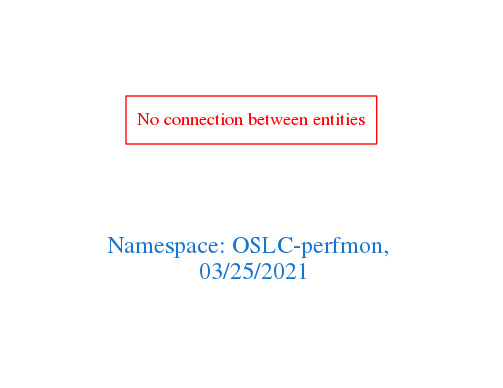
Before: downloads/OSLC-perfmon.png, a diagram exported from Graphviz (arago/OGIT). Its source is kept beside it as downloads/OSLC-perfmon.dot.
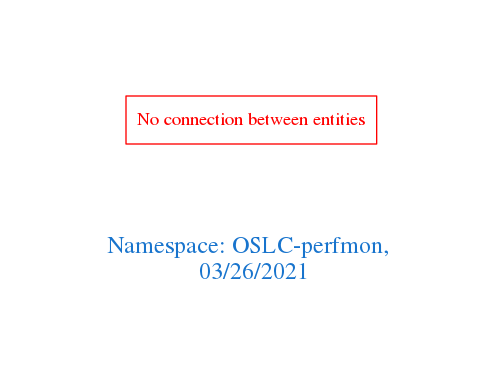
The same file after the commit.

Diff of the diagram source:
```diff
@@ -1,7 +1,7 @@
 digraph OGIT_ontology {
  graph [ rankdir= LR,pad=1
 fontsize = 18,
-fontcolor= dodgerblue3,label = "\n\n\nNamespace: OSLC-perfmon, \n 03/25/2021"];
+fontcolor= dodgerblue3,label = "\n\n\nNamespace: OSLC-perfmon, \n 03/26/2021"];
 node[shape=polygon];
 edge [  color="gray81"];
 
```
